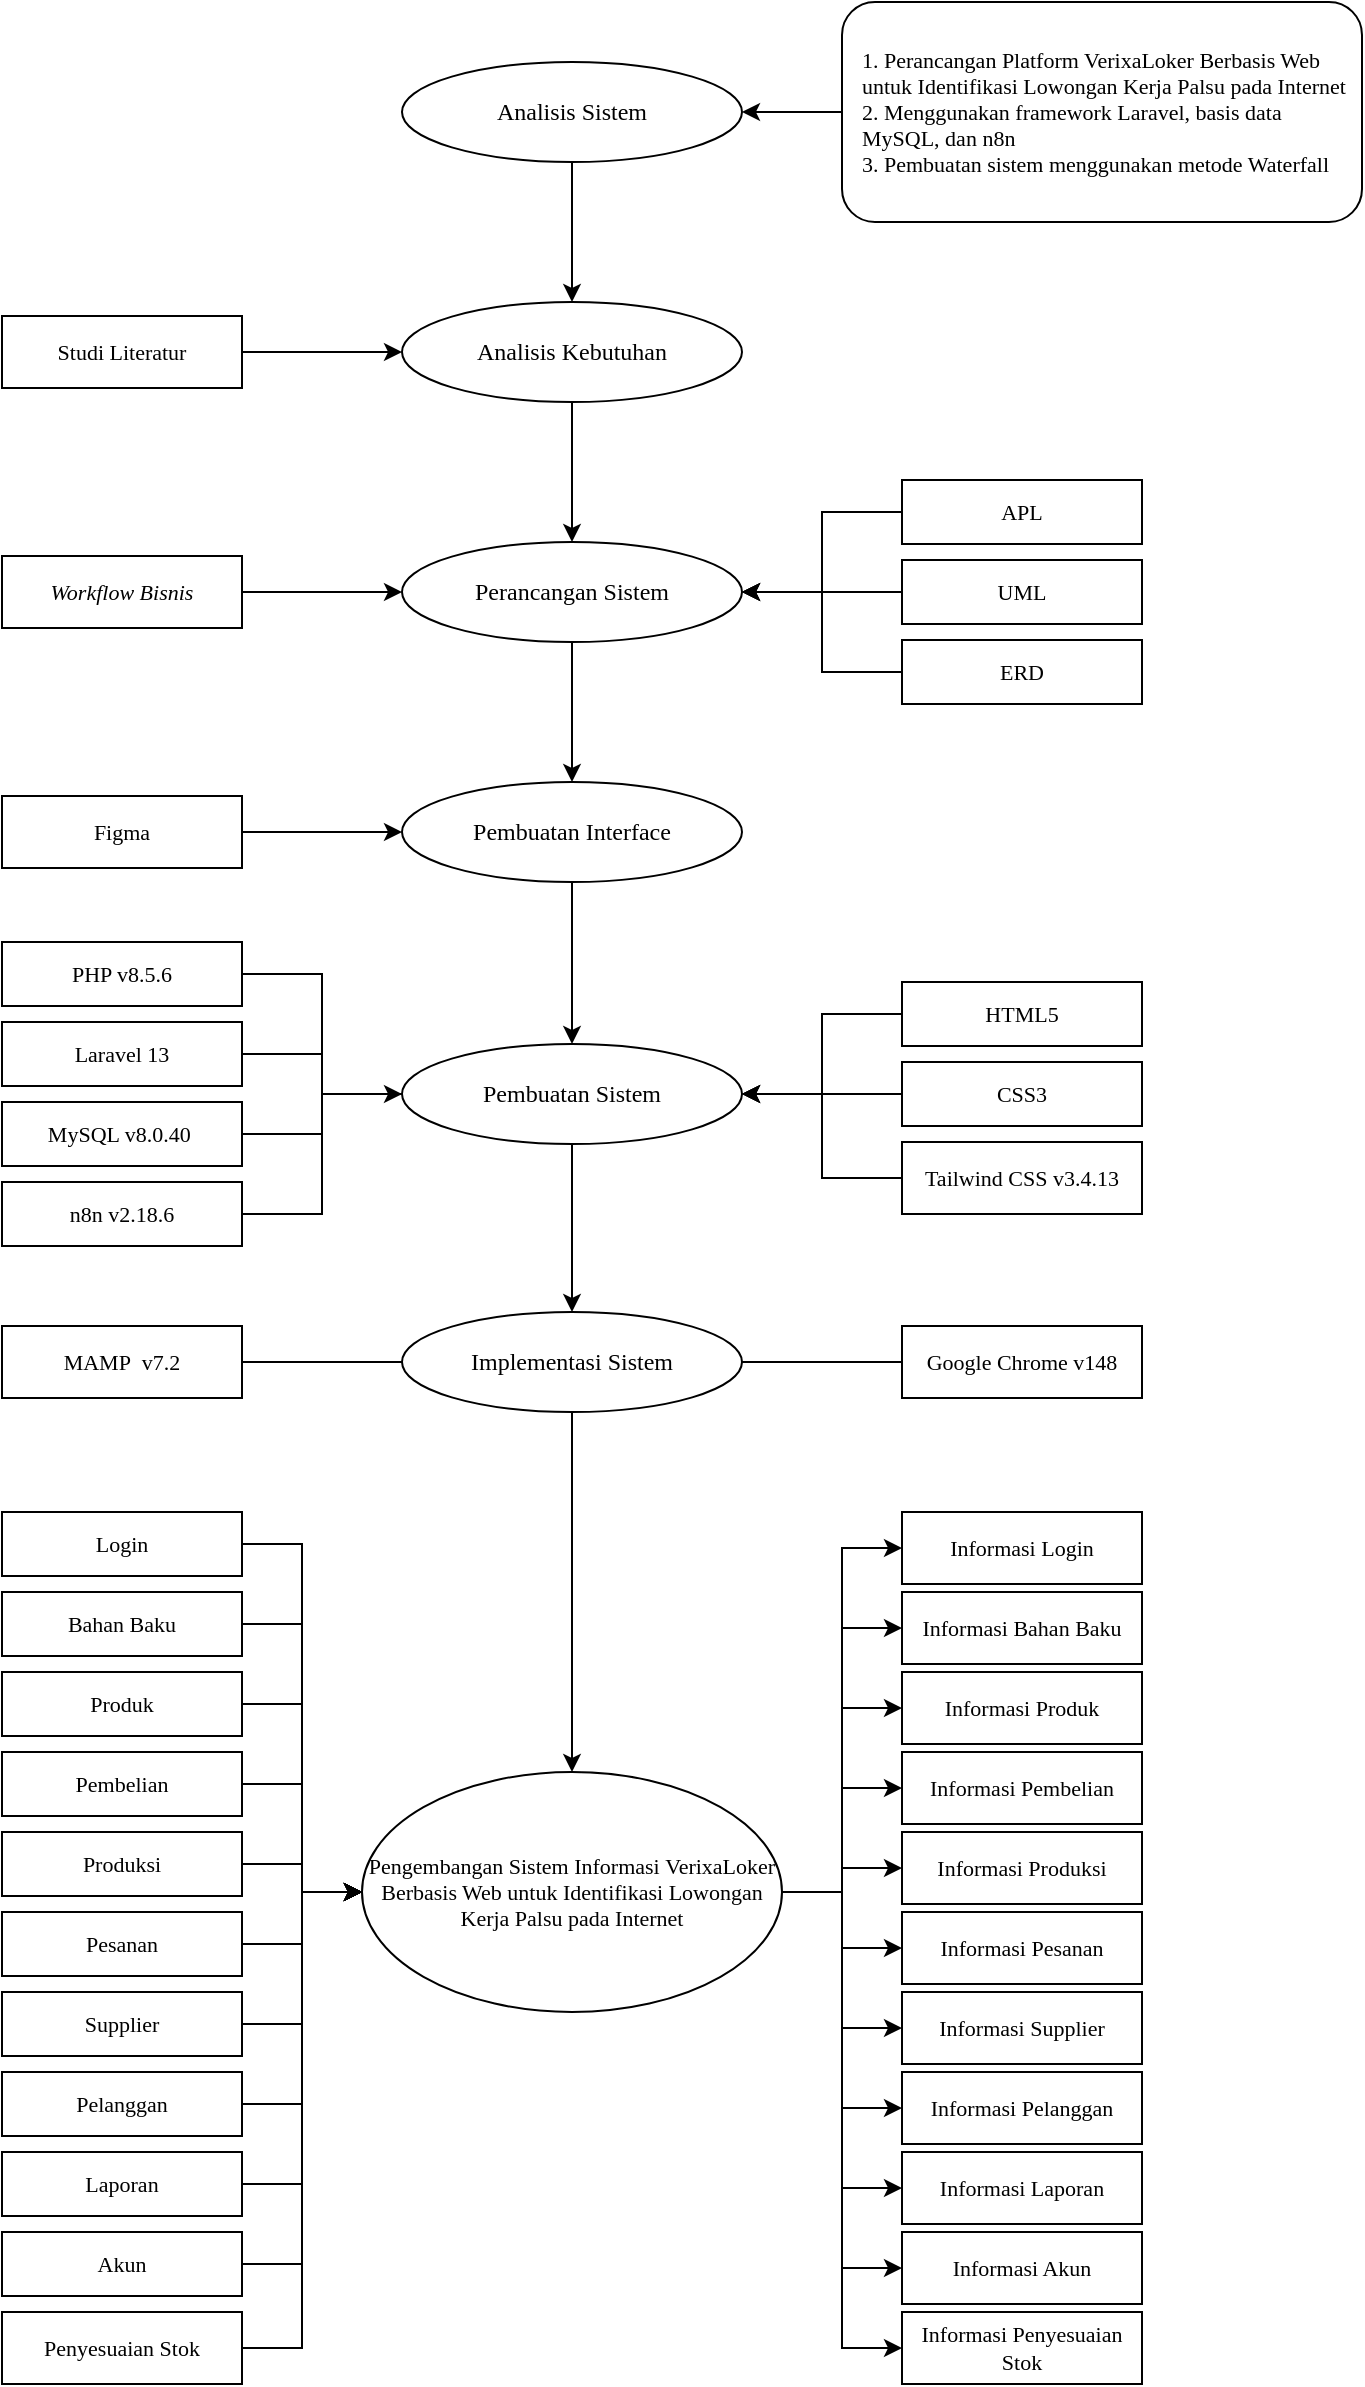
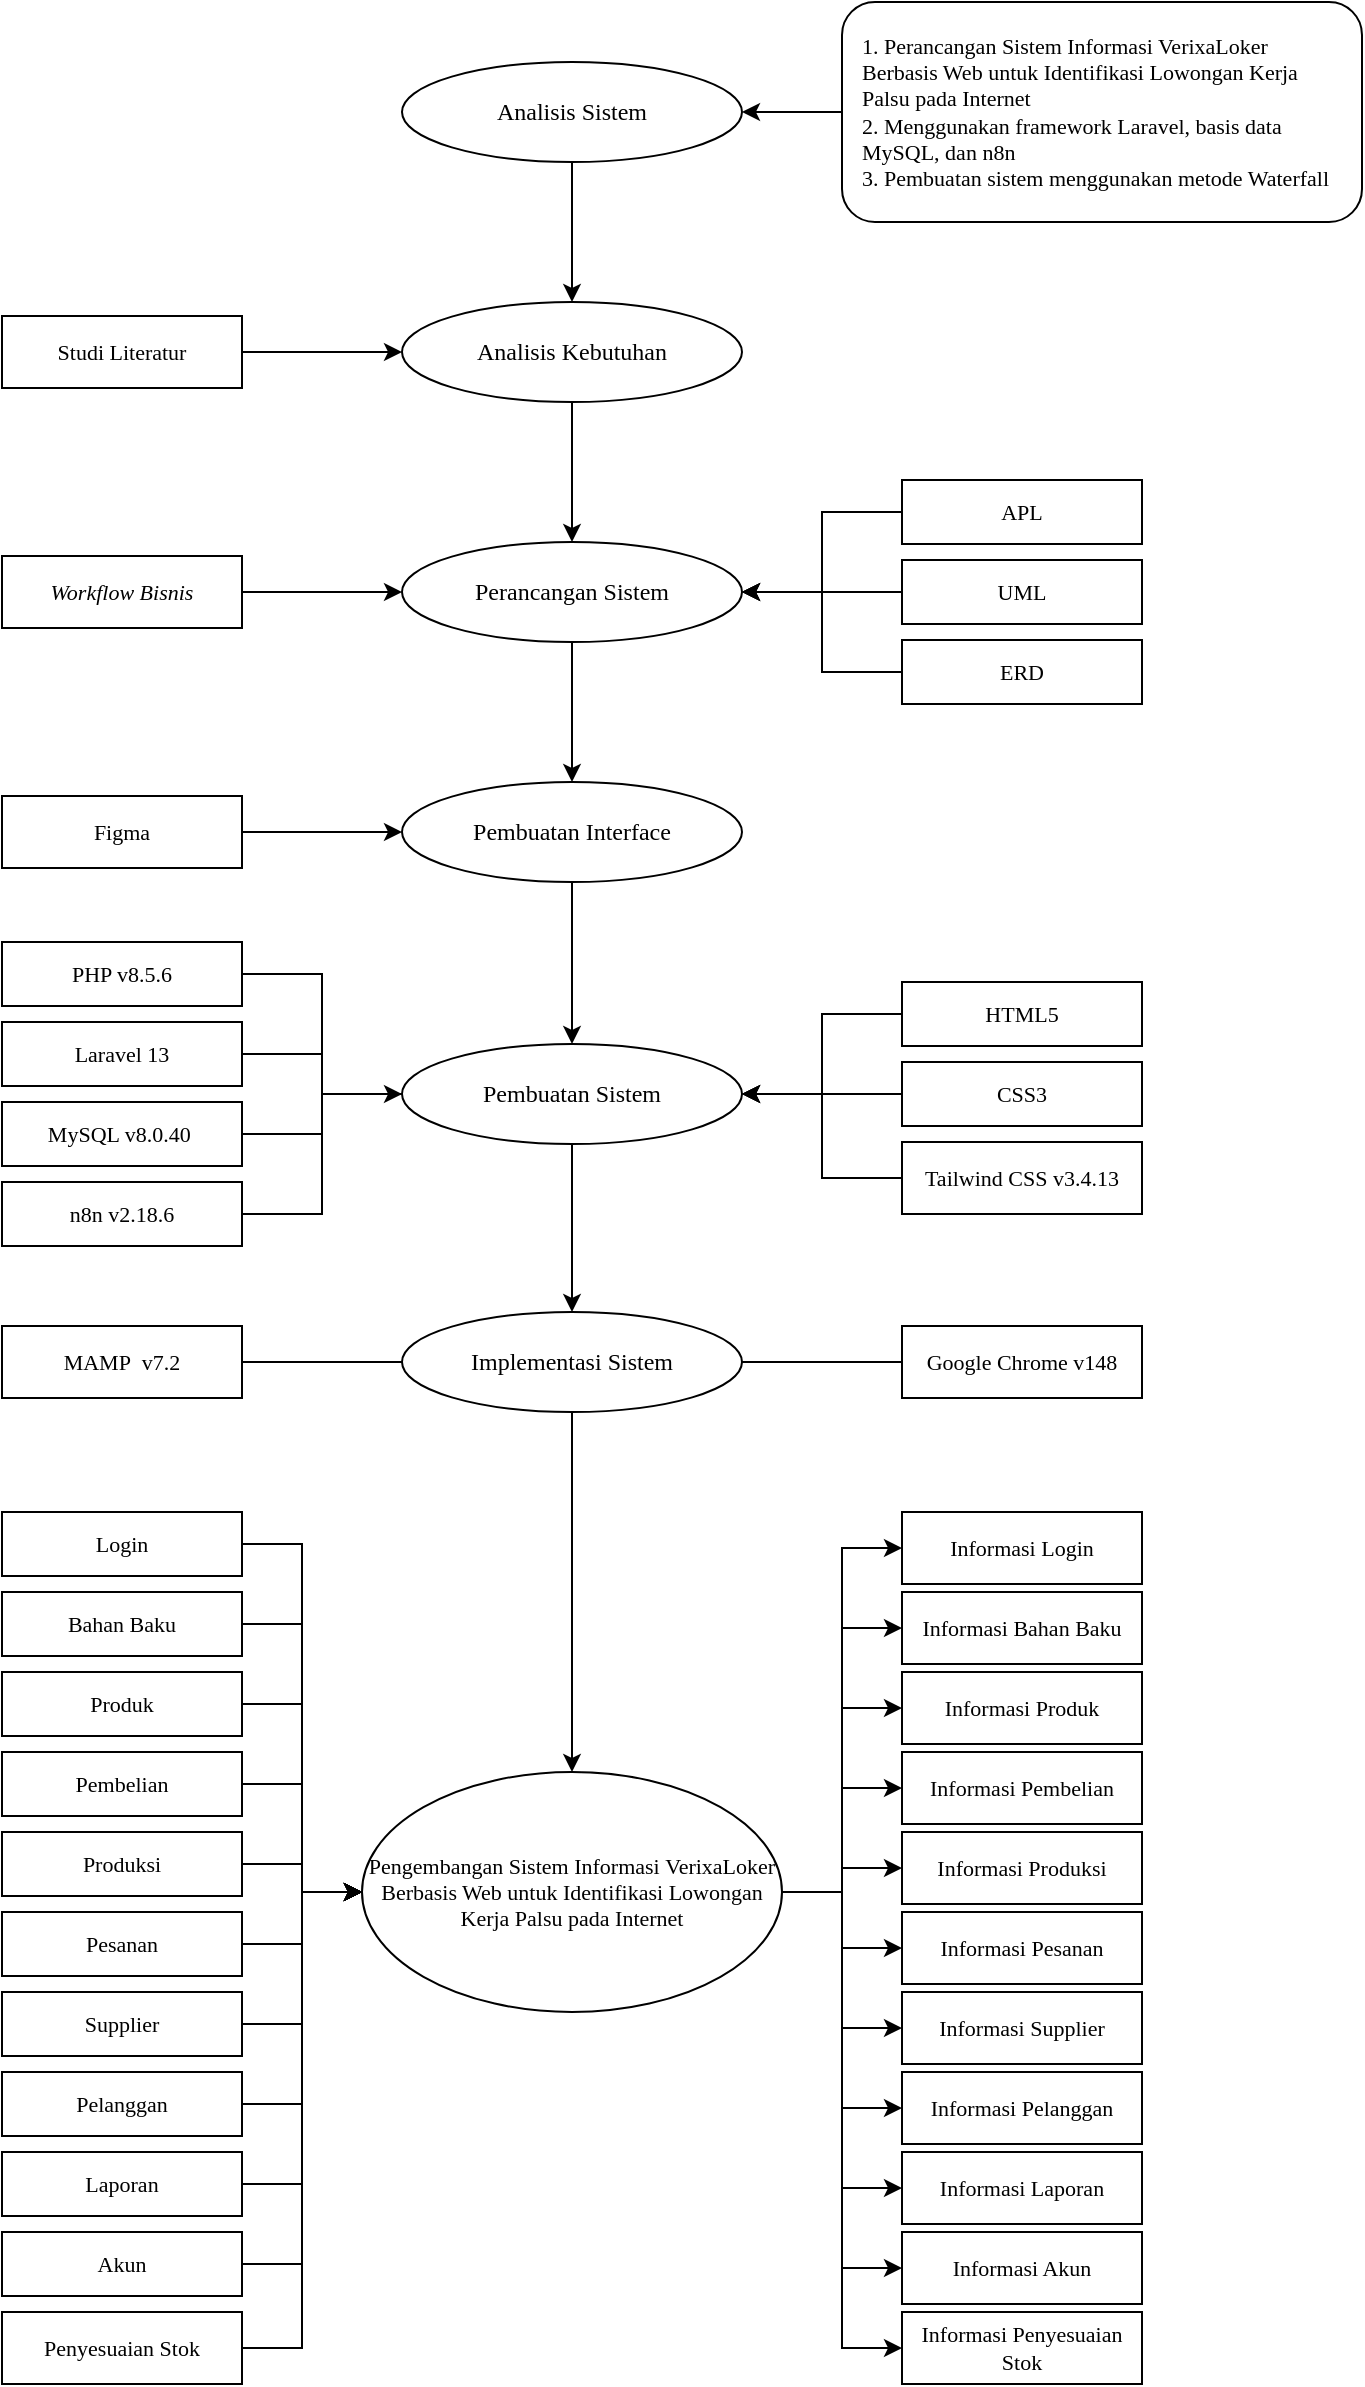
<mxfile host="app.diagrams.net">
  <diagram name="Page-1" id="yfmV3Sks-nrF4BvnnPUG">
    <mxGraphModel dx="876" dy="478" grid="1" gridSize="10" guides="1" tooltips="1" connect="1" arrows="1" fold="1" page="1" pageScale="1" pageWidth="827" pageHeight="1169" math="0" shadow="0">
      <root>
        <mxCell id="0" />
        <mxCell id="1" parent="0" />
        <mxCell id="fTyH0j3n_jQUCsVNDcWE-1" parent="1" style="ellipse;whiteSpace=wrap;html=1;fillColor=#ffffff;strokeColor=#000000;fontFamily=Times New Roman;fontSize=12;" value="Analisis Sistem" vertex="1">
          <mxGeometry height="50" width="170" x="580" y="110" as="geometry" />
        </mxCell>
        <mxCell id="fTyH0j3n_jQUCsVNDcWE-2" parent="1" style="ellipse;whiteSpace=wrap;html=1;fillColor=#ffffff;strokeColor=#000000;fontFamily=Times New Roman;fontSize=12;" value="Analisis Kebutuhan" vertex="1">
          <mxGeometry height="50" width="170" x="580" y="230" as="geometry" />
        </mxCell>
        <mxCell id="fTyH0j3n_jQUCsVNDcWE-3" parent="1" style="ellipse;whiteSpace=wrap;html=1;fillColor=#ffffff;strokeColor=#000000;fontFamily=Times New Roman;fontSize=12;" value="Perancangan Sistem" vertex="1">
          <mxGeometry height="50" width="170" x="580" y="350" as="geometry" />
        </mxCell>
        <mxCell id="fTyH0j3n_jQUCsVNDcWE-4" parent="1" style="ellipse;whiteSpace=wrap;html=1;fillColor=#ffffff;strokeColor=#000000;fontFamily=Times New Roman;fontSize=12;" value="Pembuatan Interface" vertex="1">
          <mxGeometry height="50" width="170" x="580" y="470" as="geometry" />
        </mxCell>
        <mxCell id="fTyH0j3n_jQUCsVNDcWE-5" parent="1" style="ellipse;whiteSpace=wrap;html=1;fillColor=#ffffff;strokeColor=#000000;fontFamily=Times New Roman;fontSize=12;" value="Pembuatan Sistem" vertex="1">
          <mxGeometry height="50" width="170" x="580" y="601" as="geometry" />
        </mxCell>
        <mxCell id="fTyH0j3n_jQUCsVNDcWE-6" parent="1" style="ellipse;whiteSpace=wrap;html=1;fillColor=#ffffff;strokeColor=#000000;fontFamily=Times New Roman;fontSize=12;" value="Implementasi Sistem" vertex="1">
          <mxGeometry height="50" width="170" x="580" y="735" as="geometry" />
        </mxCell>
        <mxCell id="fTyH0j3n_jQUCsVNDcWE-7" parent="1" style="ellipse;whiteSpace=wrap;html=1;fillColor=#ffffff;strokeColor=#000000;fontFamily=Times New Roman;fontSize=11;" value="Pengembangan Sistem Informasi&amp;nbsp;VerixaLoker Berbasis Web untuk Identifikasi Lowongan Kerja Palsu pada Internet" vertex="1">
          <mxGeometry height="120" width="210" x="560" y="965" as="geometry" />
        </mxCell>
        <mxCell id="fTyH0j3n_jQUCsVNDcWE-8" edge="1" parent="1" source="fTyH0j3n_jQUCsVNDcWE-1" style="endArrow=classic;html=1;rounded=0;exitX=0.5;exitY=1;entryX=0.5;entryY=0;" target="fTyH0j3n_jQUCsVNDcWE-2">
          <mxGeometry relative="1" as="geometry" />
        </mxCell>
        <mxCell id="fTyH0j3n_jQUCsVNDcWE-9" edge="1" parent="1" source="fTyH0j3n_jQUCsVNDcWE-2" style="endArrow=classic;html=1;rounded=0;exitX=0.5;exitY=1;entryX=0.5;entryY=0;" target="fTyH0j3n_jQUCsVNDcWE-3">
          <mxGeometry relative="1" as="geometry" />
        </mxCell>
        <mxCell id="fTyH0j3n_jQUCsVNDcWE-10" edge="1" parent="1" source="fTyH0j3n_jQUCsVNDcWE-3" style="endArrow=classic;html=1;rounded=0;exitX=0.5;exitY=1;entryX=0.5;entryY=0;" target="fTyH0j3n_jQUCsVNDcWE-4">
          <mxGeometry relative="1" as="geometry" />
        </mxCell>
        <mxCell id="fTyH0j3n_jQUCsVNDcWE-11" edge="1" parent="1" source="fTyH0j3n_jQUCsVNDcWE-4" style="endArrow=classic;html=1;rounded=0;exitX=0.5;exitY=1;entryX=0.5;entryY=0;" target="fTyH0j3n_jQUCsVNDcWE-5">
          <mxGeometry relative="1" as="geometry" />
        </mxCell>
        <mxCell id="fTyH0j3n_jQUCsVNDcWE-12" edge="1" parent="1" source="fTyH0j3n_jQUCsVNDcWE-5" style="endArrow=classic;html=1;rounded=0;exitX=0.5;exitY=1;entryX=0.5;entryY=0;" target="fTyH0j3n_jQUCsVNDcWE-6">
          <mxGeometry relative="1" as="geometry" />
        </mxCell>
        <mxCell id="fTyH0j3n_jQUCsVNDcWE-13" edge="1" parent="1" source="fTyH0j3n_jQUCsVNDcWE-6" style="endArrow=classic;html=1;rounded=0;exitX=0.5;exitY=1;entryX=0.5;entryY=0;" target="fTyH0j3n_jQUCsVNDcWE-7">
          <mxGeometry relative="1" as="geometry" />
        </mxCell>
-         <mxCell id="fTyH0j3n_jQUCsVNDcWE-14" parent="1" style="rounded=1;whiteSpace=wrap;html=1;fillColor=#ffffff;strokeColor=#000000;fontFamily=Times New Roman;fontSize=11;align=left;verticalAlign=middle;spacingLeft=8;spacingRight=8;" value="1. Perancangan Platform VerixaLoker Berbasis Web untuk Identifikasi Lowongan Kerja Palsu pada Internet&lt;br&gt;2. Menggunakan framework Laravel, basis data MySQL, dan n8n&lt;br&gt;3. Pembuatan sistem menggunakan metode Waterfall" vertex="1">
+         <mxCell id="fTyH0j3n_jQUCsVNDcWE-14" parent="1" style="rounded=1;whiteSpace=wrap;html=1;fillColor=#ffffff;strokeColor=#000000;fontFamily=Times New Roman;fontSize=11;align=left;verticalAlign=middle;spacingLeft=8;spacingRight=8;" value="1. Perancangan Sistem Informasi VerixaLoker Berbasis Web untuk Identifikasi Lowongan Kerja Palsu pada Internet&lt;br&gt;2. Menggunakan framework Laravel, basis data MySQL, dan n8n&lt;br&gt;3. Pembuatan sistem menggunakan metode Waterfall" vertex="1">
          <mxGeometry height="110" width="260" x="800" y="80" as="geometry" />
        </mxCell>
        <mxCell id="fTyH0j3n_jQUCsVNDcWE-15" edge="1" parent="1" source="fTyH0j3n_jQUCsVNDcWE-1" style="endArrow=none;html=1;rounded=0;exitX=1;exitY=0.5;entryX=0;entryY=0.5;startArrow=classic;startFill=1;" target="fTyH0j3n_jQUCsVNDcWE-14">
          <mxGeometry relative="1" as="geometry" />
        </mxCell>
        <mxCell id="fTyH0j3n_jQUCsVNDcWE-16" parent="1" style="rounded=0;whiteSpace=wrap;html=1;fillColor=#ffffff;strokeColor=#000000;fontFamily=Times New Roman;fontSize=11;" value="Studi Literatur" vertex="1">
          <mxGeometry height="36" width="120" x="380" y="237" as="geometry" />
        </mxCell>
        <mxCell id="fTyH0j3n_jQUCsVNDcWE-19" edge="1" parent="1" source="fTyH0j3n_jQUCsVNDcWE-16" style="endArrow=classic;html=1;exitX=1;exitY=0.5;entryX=0;entryY=0.5;endFill=1;" target="fTyH0j3n_jQUCsVNDcWE-2">
          <mxGeometry relative="1" as="geometry" />
        </mxCell>
        <mxCell id="fTyH0j3n_jQUCsVNDcWE-22" parent="1" style="rounded=0;whiteSpace=wrap;html=1;fillColor=#ffffff;strokeColor=#000000;fontFamily=Times New Roman;fontSize=11;fontStyle=2" value="Workflow Bisnis" vertex="1">
          <mxGeometry height="36" width="120" x="380" y="357" as="geometry" />
        </mxCell>
        <mxCell id="fTyH0j3n_jQUCsVNDcWE-23" parent="1" style="rounded=0;whiteSpace=wrap;html=1;fillColor=#ffffff;strokeColor=#000000;fontFamily=Times New Roman;fontSize=11;" value="APL" vertex="1">
          <mxGeometry height="32" width="120" x="830" y="319" as="geometry" />
        </mxCell>
        <mxCell id="fTyH0j3n_jQUCsVNDcWE-24" parent="1" style="rounded=0;whiteSpace=wrap;html=1;fillColor=#ffffff;strokeColor=#000000;fontFamily=Times New Roman;fontSize=11;" value="UML" vertex="1">
          <mxGeometry height="32" width="120" x="830" y="359" as="geometry" />
        </mxCell>
        <mxCell id="fTyH0j3n_jQUCsVNDcWE-25" parent="1" style="rounded=0;whiteSpace=wrap;html=1;fillColor=#ffffff;strokeColor=#000000;fontFamily=Times New Roman;fontSize=11;" value="ERD" vertex="1">
          <mxGeometry height="32" width="120" x="830" y="399" as="geometry" />
        </mxCell>
        <mxCell id="fTyH0j3n_jQUCsVNDcWE-26" edge="1" parent="1" source="fTyH0j3n_jQUCsVNDcWE-22" style="endArrow=classic;html=1;exitX=1;exitY=0.5;entryX=0;entryY=0.5;endFill=1;" target="fTyH0j3n_jQUCsVNDcWE-3">
          <mxGeometry relative="1" as="geometry" />
        </mxCell>
        <mxCell id="fTyH0j3n_jQUCsVNDcWE-27" edge="1" parent="1" source="fTyH0j3n_jQUCsVNDcWE-3" style="endArrow=none;html=1;exitX=1;exitY=0.5;entryX=0;entryY=0.5;startArrow=classic;startFill=1;edgeStyle=orthogonalEdgeStyle;rounded=0;curved=0;" target="fTyH0j3n_jQUCsVNDcWE-23">
          <mxGeometry relative="1" as="geometry" />
        </mxCell>
        <mxCell id="fTyH0j3n_jQUCsVNDcWE-28" edge="1" parent="1" source="fTyH0j3n_jQUCsVNDcWE-3" style="endArrow=none;html=1;exitX=1;exitY=0.5;entryX=0;entryY=0.5;startArrow=classic;startFill=1;edgeStyle=orthogonalEdgeStyle;rounded=0;curved=0;" target="fTyH0j3n_jQUCsVNDcWE-24">
          <mxGeometry relative="1" as="geometry" />
        </mxCell>
        <mxCell id="fTyH0j3n_jQUCsVNDcWE-29" edge="1" parent="1" source="fTyH0j3n_jQUCsVNDcWE-3" style="endArrow=none;html=1;exitX=1;exitY=0.5;entryX=0;entryY=0.5;startArrow=classic;startFill=1;edgeStyle=orthogonalEdgeStyle;rounded=0;curved=0;" target="fTyH0j3n_jQUCsVNDcWE-25">
          <mxGeometry relative="1" as="geometry" />
        </mxCell>
        <mxCell id="fTyH0j3n_jQUCsVNDcWE-30" parent="1" style="rounded=0;whiteSpace=wrap;html=1;fillColor=#ffffff;strokeColor=#000000;fontFamily=Times New Roman;fontSize=11;" value="Figma" vertex="1">
          <mxGeometry height="36" width="120" x="380" y="477" as="geometry" />
        </mxCell>
        <mxCell id="fTyH0j3n_jQUCsVNDcWE-31" edge="1" parent="1" source="fTyH0j3n_jQUCsVNDcWE-30" style="endArrow=classic;html=1;exitX=1;exitY=0.5;entryX=0;entryY=0.5;endFill=1;" target="fTyH0j3n_jQUCsVNDcWE-4">
          <mxGeometry relative="1" as="geometry" />
        </mxCell>
        <mxCell id="fTyH0j3n_jQUCsVNDcWE-32" parent="1" style="rounded=0;whiteSpace=wrap;html=1;fillColor=#ffffff;strokeColor=#000000;fontFamily=Times New Roman;fontSize=11;" value="PHP v8.5.6" vertex="1">
          <mxGeometry height="32" width="120" x="380" y="550" as="geometry" />
        </mxCell>
        <mxCell id="fTyH0j3n_jQUCsVNDcWE-33" parent="1" style="rounded=0;whiteSpace=wrap;html=1;fillColor=#ffffff;strokeColor=#000000;fontFamily=Times New Roman;fontSize=11;" value="Laravel 13" vertex="1">
          <mxGeometry height="32" width="120" x="380" y="590" as="geometry" />
        </mxCell>
        <mxCell id="fTyH0j3n_jQUCsVNDcWE-34" parent="1" style="rounded=0;whiteSpace=wrap;html=1;fillColor=#ffffff;strokeColor=#000000;fontFamily=Times New Roman;fontSize=11;" value="MySQL v8.0.40&amp;nbsp;" vertex="1">
          <mxGeometry height="32" width="120" x="380" y="630" as="geometry" />
        </mxCell>
        <mxCell id="fTyH0j3n_jQUCsVNDcWE-35" parent="1" style="rounded=0;whiteSpace=wrap;html=1;fillColor=#ffffff;strokeColor=#000000;fontFamily=Times New Roman;fontSize=11;" value="HTML5" vertex="1">
          <mxGeometry height="32" width="120" x="830" y="570" as="geometry" />
        </mxCell>
        <mxCell id="fTyH0j3n_jQUCsVNDcWE-36" parent="1" style="rounded=0;whiteSpace=wrap;html=1;fillColor=#ffffff;strokeColor=#000000;fontFamily=Times New Roman;fontSize=11;" value="CSS3" vertex="1">
          <mxGeometry height="32" width="120" x="830" y="610" as="geometry" />
        </mxCell>
        <mxCell id="fTyH0j3n_jQUCsVNDcWE-37" parent="1" style="rounded=0;whiteSpace=wrap;html=1;fillColor=#ffffff;strokeColor=#000000;fontFamily=Times New Roman;fontSize=11;" value="Tailwind CSS v3.4.13" vertex="1">
          <mxGeometry height="36" width="120" x="830" y="650" as="geometry" />
        </mxCell>
        <mxCell id="fTyH0j3n_jQUCsVNDcWE-38" edge="1" parent="1" source="fTyH0j3n_jQUCsVNDcWE-32" style="endArrow=none;html=1;exitX=1;exitY=0.5;entryX=0;entryY=0.5;edgeStyle=orthogonalEdgeStyle;rounded=0;curved=0;" target="fTyH0j3n_jQUCsVNDcWE-5">
          <mxGeometry relative="1" as="geometry" />
        </mxCell>
        <mxCell id="fTyH0j3n_jQUCsVNDcWE-39" edge="1" parent="1" source="fTyH0j3n_jQUCsVNDcWE-33" style="endArrow=none;html=1;exitX=1;exitY=0.5;entryX=0;entryY=0.5;edgeStyle=orthogonalEdgeStyle;rounded=0;curved=0;" target="fTyH0j3n_jQUCsVNDcWE-5">
          <mxGeometry relative="1" as="geometry" />
        </mxCell>
        <mxCell id="fTyH0j3n_jQUCsVNDcWE-40" edge="1" parent="1" source="fTyH0j3n_jQUCsVNDcWE-34" style="endArrow=none;html=1;exitX=1;exitY=0.5;entryX=0;entryY=0.5;edgeStyle=orthogonalEdgeStyle;rounded=0;curved=0;" target="fTyH0j3n_jQUCsVNDcWE-5">
          <mxGeometry relative="1" as="geometry" />
        </mxCell>
        <mxCell id="fTyH0j3n_jQUCsVNDcWE-41" edge="1" parent="1" source="fTyH0j3n_jQUCsVNDcWE-5" style="endArrow=none;html=1;exitX=1;exitY=0.5;entryX=0;entryY=0.5;edgeStyle=orthogonalEdgeStyle;rounded=0;curved=0;startArrow=classic;startFill=1;" target="fTyH0j3n_jQUCsVNDcWE-35">
          <mxGeometry relative="1" as="geometry" />
        </mxCell>
        <mxCell id="fTyH0j3n_jQUCsVNDcWE-42" edge="1" parent="1" source="fTyH0j3n_jQUCsVNDcWE-5" style="endArrow=none;html=1;exitX=1;exitY=0.5;entryX=0;entryY=0.5;edgeStyle=orthogonalEdgeStyle;rounded=0;curved=0;startArrow=classic;startFill=1;" target="fTyH0j3n_jQUCsVNDcWE-36">
          <mxGeometry relative="1" as="geometry" />
        </mxCell>
        <mxCell id="fTyH0j3n_jQUCsVNDcWE-43" edge="1" parent="1" source="fTyH0j3n_jQUCsVNDcWE-5" style="endArrow=none;html=1;exitX=1;exitY=0.5;entryX=0;entryY=0.5;edgeStyle=orthogonalEdgeStyle;rounded=0;curved=0;startArrow=classic;startFill=1;" target="fTyH0j3n_jQUCsVNDcWE-37">
          <mxGeometry relative="1" as="geometry" />
        </mxCell>
        <mxCell id="fTyH0j3n_jQUCsVNDcWE-44" parent="1" style="rounded=0;whiteSpace=wrap;html=1;fillColor=#ffffff;strokeColor=#000000;fontFamily=Times New Roman;fontSize=11;" value="MAMP&amp;nbsp; v7.2" vertex="1">
          <mxGeometry height="36" width="120" x="380" y="742" as="geometry" />
        </mxCell>
        <mxCell id="fTyH0j3n_jQUCsVNDcWE-45" parent="1" style="rounded=0;whiteSpace=wrap;html=1;fillColor=#ffffff;strokeColor=#000000;fontFamily=Times New Roman;fontSize=11;" value="Google Chrome v148" vertex="1">
          <mxGeometry height="36" width="120" x="830" y="742" as="geometry" />
        </mxCell>
        <mxCell id="fTyH0j3n_jQUCsVNDcWE-46" edge="1" parent="1" source="fTyH0j3n_jQUCsVNDcWE-44" style="endArrow=none;html=1;exitX=1;exitY=0.5;entryX=0;entryY=0.5;" target="fTyH0j3n_jQUCsVNDcWE-6">
          <mxGeometry relative="1" as="geometry" />
        </mxCell>
        <mxCell id="fTyH0j3n_jQUCsVNDcWE-47" edge="1" parent="1" source="fTyH0j3n_jQUCsVNDcWE-6" style="endArrow=none;html=1;exitX=1;exitY=0.5;entryX=0;entryY=0.5;" target="fTyH0j3n_jQUCsVNDcWE-45">
          <mxGeometry relative="1" as="geometry" />
        </mxCell>
        <mxCell id="fTyH0j3n_jQUCsVNDcWE-48" parent="1" style="rounded=0;whiteSpace=wrap;html=1;fillColor=#ffffff;strokeColor=#000000;fontFamily=Times New Roman;fontSize=11;" value="Login" vertex="1">
          <mxGeometry height="32" width="120" x="380" y="835" as="geometry" />
        </mxCell>
        <mxCell id="fTyH0j3n_jQUCsVNDcWE-49" parent="1" style="rounded=0;whiteSpace=wrap;html=1;fillColor=#ffffff;strokeColor=#000000;fontFamily=Times New Roman;fontSize=11;" value="Bahan Baku" vertex="1">
          <mxGeometry height="32" width="120" x="380" y="875" as="geometry" />
        </mxCell>
        <mxCell id="fTyH0j3n_jQUCsVNDcWE-50" parent="1" style="rounded=0;whiteSpace=wrap;html=1;fillColor=#ffffff;strokeColor=#000000;fontFamily=Times New Roman;fontSize=11;" value="Produk" vertex="1">
          <mxGeometry height="32" width="120" x="380" y="915" as="geometry" />
        </mxCell>
        <mxCell id="fTyH0j3n_jQUCsVNDcWE-51" parent="1" style="rounded=0;whiteSpace=wrap;html=1;fillColor=#ffffff;strokeColor=#000000;fontFamily=Times New Roman;fontSize=11;" value="Pembelian" vertex="1">
          <mxGeometry height="32" width="120" x="380" y="955" as="geometry" />
        </mxCell>
        <mxCell id="fTyH0j3n_jQUCsVNDcWE-52" parent="1" style="rounded=0;whiteSpace=wrap;html=1;fillColor=#ffffff;strokeColor=#000000;fontFamily=Times New Roman;fontSize=11;" value="Produksi" vertex="1">
          <mxGeometry height="32" width="120" x="380" y="995" as="geometry" />
        </mxCell>
        <mxCell id="fTyH0j3n_jQUCsVNDcWE-53" parent="1" style="rounded=0;whiteSpace=wrap;html=1;fillColor=#ffffff;strokeColor=#000000;fontFamily=Times New Roman;fontSize=11;" value="Pesanan" vertex="1">
          <mxGeometry height="32" width="120" x="380" y="1035" as="geometry" />
        </mxCell>
        <mxCell id="fTyH0j3n_jQUCsVNDcWE-54" parent="1" style="rounded=0;whiteSpace=wrap;html=1;fillColor=#ffffff;strokeColor=#000000;fontFamily=Times New Roman;fontSize=11;" value="Supplier" vertex="1">
          <mxGeometry height="32" width="120" x="380" y="1075" as="geometry" />
        </mxCell>
        <mxCell id="fTyH0j3n_jQUCsVNDcWE-55" parent="1" style="rounded=0;whiteSpace=wrap;html=1;fillColor=#ffffff;strokeColor=#000000;fontFamily=Times New Roman;fontSize=11;" value="Pelanggan" vertex="1">
          <mxGeometry height="32" width="120" x="380" y="1115" as="geometry" />
        </mxCell>
        <mxCell id="fTyH0j3n_jQUCsVNDcWE-56" parent="1" style="rounded=0;whiteSpace=wrap;html=1;fillColor=#ffffff;strokeColor=#000000;fontFamily=Times New Roman;fontSize=11;" value="Laporan" vertex="1">
          <mxGeometry height="32" width="120" x="380" y="1155" as="geometry" />
        </mxCell>
        <mxCell id="fTyH0j3n_jQUCsVNDcWE-57" parent="1" style="rounded=0;whiteSpace=wrap;html=1;fillColor=#ffffff;strokeColor=#000000;fontFamily=Times New Roman;fontSize=11;" value="Akun" vertex="1">
          <mxGeometry height="32" width="120" x="380" y="1195" as="geometry" />
        </mxCell>
        <mxCell id="fTyH0j3n_jQUCsVNDcWE-58" parent="1" style="rounded=0;whiteSpace=wrap;html=1;fillColor=#ffffff;strokeColor=#000000;fontFamily=Times New Roman;fontSize=11;" value="Penyesuaian Stok" vertex="1">
          <mxGeometry height="36" width="120" x="380" y="1235" as="geometry" />
        </mxCell>
        <mxCell id="fTyH0j3n_jQUCsVNDcWE-59" edge="1" parent="1" source="fTyH0j3n_jQUCsVNDcWE-48" style="endArrow=classic;html=1;exitX=1;exitY=0.5;entryX=0;entryY=0.5;edgeStyle=orthogonalEdgeStyle;rounded=0;curved=0;endFill=1;" target="fTyH0j3n_jQUCsVNDcWE-7">
          <mxGeometry relative="1" as="geometry" />
        </mxCell>
        <mxCell id="fTyH0j3n_jQUCsVNDcWE-60" edge="1" parent="1" source="fTyH0j3n_jQUCsVNDcWE-49" style="endArrow=classic;html=1;exitX=1;exitY=0.5;entryX=0;entryY=0.5;edgeStyle=orthogonalEdgeStyle;rounded=0;curved=0;endFill=1;" target="fTyH0j3n_jQUCsVNDcWE-7">
          <mxGeometry relative="1" as="geometry" />
        </mxCell>
        <mxCell id="fTyH0j3n_jQUCsVNDcWE-61" edge="1" parent="1" source="fTyH0j3n_jQUCsVNDcWE-50" style="endArrow=classic;html=1;exitX=1;exitY=0.5;entryX=0;entryY=0.5;edgeStyle=orthogonalEdgeStyle;rounded=0;curved=0;endFill=1;" target="fTyH0j3n_jQUCsVNDcWE-7">
          <mxGeometry relative="1" as="geometry" />
        </mxCell>
        <mxCell id="fTyH0j3n_jQUCsVNDcWE-62" edge="1" parent="1" source="fTyH0j3n_jQUCsVNDcWE-51" style="endArrow=none;html=1;exitX=1;exitY=0.5;entryX=0;entryY=0.5;edgeStyle=orthogonalEdgeStyle;rounded=0;curved=0;" target="fTyH0j3n_jQUCsVNDcWE-7">
          <mxGeometry relative="1" as="geometry" />
        </mxCell>
        <mxCell id="fTyH0j3n_jQUCsVNDcWE-63" edge="1" parent="1" source="fTyH0j3n_jQUCsVNDcWE-52" style="endArrow=classic;html=1;exitX=1;exitY=0.5;entryX=0;entryY=0.5;edgeStyle=orthogonalEdgeStyle;rounded=0;curved=0;endFill=1;" target="fTyH0j3n_jQUCsVNDcWE-7">
          <mxGeometry relative="1" as="geometry" />
        </mxCell>
        <mxCell id="fTyH0j3n_jQUCsVNDcWE-64" edge="1" parent="1" source="fTyH0j3n_jQUCsVNDcWE-53" style="endArrow=classic;html=1;exitX=1;exitY=0.5;entryX=0;entryY=0.5;edgeStyle=orthogonalEdgeStyle;rounded=0;curved=0;endFill=1;" target="fTyH0j3n_jQUCsVNDcWE-7">
          <mxGeometry relative="1" as="geometry" />
        </mxCell>
        <mxCell id="fTyH0j3n_jQUCsVNDcWE-65" edge="1" parent="1" source="fTyH0j3n_jQUCsVNDcWE-54" style="endArrow=classic;html=1;exitX=1;exitY=0.5;entryX=0;entryY=0.5;edgeStyle=orthogonalEdgeStyle;rounded=0;curved=0;endFill=1;" target="fTyH0j3n_jQUCsVNDcWE-7">
          <mxGeometry relative="1" as="geometry" />
        </mxCell>
        <mxCell id="fTyH0j3n_jQUCsVNDcWE-66" edge="1" parent="1" source="fTyH0j3n_jQUCsVNDcWE-55" style="endArrow=classic;html=1;exitX=1;exitY=0.5;entryX=0;entryY=0.5;edgeStyle=orthogonalEdgeStyle;rounded=0;curved=0;endFill=1;" target="fTyH0j3n_jQUCsVNDcWE-7">
          <mxGeometry relative="1" as="geometry" />
        </mxCell>
        <mxCell id="fTyH0j3n_jQUCsVNDcWE-67" edge="1" parent="1" source="fTyH0j3n_jQUCsVNDcWE-56" style="endArrow=classic;html=1;exitX=1;exitY=0.5;entryX=0;entryY=0.5;edgeStyle=orthogonalEdgeStyle;rounded=0;curved=0;endFill=1;" target="fTyH0j3n_jQUCsVNDcWE-7">
          <mxGeometry relative="1" as="geometry" />
        </mxCell>
        <mxCell id="fTyH0j3n_jQUCsVNDcWE-68" edge="1" parent="1" source="fTyH0j3n_jQUCsVNDcWE-57" style="endArrow=classic;html=1;exitX=1;exitY=0.5;entryX=0;entryY=0.5;edgeStyle=orthogonalEdgeStyle;rounded=0;curved=0;endFill=1;" target="fTyH0j3n_jQUCsVNDcWE-7">
          <mxGeometry relative="1" as="geometry" />
        </mxCell>
        <mxCell id="fTyH0j3n_jQUCsVNDcWE-69" edge="1" parent="1" source="fTyH0j3n_jQUCsVNDcWE-58" style="endArrow=classic;html=1;exitX=1;exitY=0.5;entryX=0;entryY=0.5;edgeStyle=orthogonalEdgeStyle;rounded=0;curved=0;endFill=1;" target="fTyH0j3n_jQUCsVNDcWE-7">
          <mxGeometry relative="1" as="geometry" />
        </mxCell>
        <mxCell id="fTyH0j3n_jQUCsVNDcWE-70" parent="1" style="rounded=0;whiteSpace=wrap;html=1;fillColor=#ffffff;strokeColor=#000000;fontFamily=Times New Roman;fontSize=11;" value="Informasi Login" vertex="1">
          <mxGeometry height="36" width="120" x="830" y="835" as="geometry" />
        </mxCell>
        <mxCell id="fTyH0j3n_jQUCsVNDcWE-71" parent="1" style="rounded=0;whiteSpace=wrap;html=1;fillColor=#ffffff;strokeColor=#000000;fontFamily=Times New Roman;fontSize=11;" value="Informasi Bahan Baku" vertex="1">
          <mxGeometry height="36" width="120" x="830" y="875" as="geometry" />
        </mxCell>
        <mxCell id="fTyH0j3n_jQUCsVNDcWE-72" parent="1" style="rounded=0;whiteSpace=wrap;html=1;fillColor=#ffffff;strokeColor=#000000;fontFamily=Times New Roman;fontSize=11;" value="Informasi Produk" vertex="1">
          <mxGeometry height="36" width="120" x="830" y="915" as="geometry" />
        </mxCell>
        <mxCell id="fTyH0j3n_jQUCsVNDcWE-73" parent="1" style="rounded=0;whiteSpace=wrap;html=1;fillColor=#ffffff;strokeColor=#000000;fontFamily=Times New Roman;fontSize=11;" value="Informasi Pembelian" vertex="1">
          <mxGeometry height="36" width="120" x="830" y="955" as="geometry" />
        </mxCell>
        <mxCell id="fTyH0j3n_jQUCsVNDcWE-74" parent="1" style="rounded=0;whiteSpace=wrap;html=1;fillColor=#ffffff;strokeColor=#000000;fontFamily=Times New Roman;fontSize=11;" value="Informasi Produksi" vertex="1">
          <mxGeometry height="36" width="120" x="830" y="995" as="geometry" />
        </mxCell>
        <mxCell id="fTyH0j3n_jQUCsVNDcWE-75" parent="1" style="rounded=0;whiteSpace=wrap;html=1;fillColor=#ffffff;strokeColor=#000000;fontFamily=Times New Roman;fontSize=11;" value="Informasi Pesanan" vertex="1">
          <mxGeometry height="36" width="120" x="830" y="1035" as="geometry" />
        </mxCell>
        <mxCell id="fTyH0j3n_jQUCsVNDcWE-76" parent="1" style="rounded=0;whiteSpace=wrap;html=1;fillColor=#ffffff;strokeColor=#000000;fontFamily=Times New Roman;fontSize=11;" value="Informasi Supplier" vertex="1">
          <mxGeometry height="36" width="120" x="830" y="1075" as="geometry" />
        </mxCell>
        <mxCell id="fTyH0j3n_jQUCsVNDcWE-77" parent="1" style="rounded=0;whiteSpace=wrap;html=1;fillColor=#ffffff;strokeColor=#000000;fontFamily=Times New Roman;fontSize=11;" value="Informasi Pelanggan" vertex="1">
          <mxGeometry height="36" width="120" x="830" y="1115" as="geometry" />
        </mxCell>
        <mxCell id="fTyH0j3n_jQUCsVNDcWE-78" parent="1" style="rounded=0;whiteSpace=wrap;html=1;fillColor=#ffffff;strokeColor=#000000;fontFamily=Times New Roman;fontSize=11;" value="Informasi Laporan" vertex="1">
          <mxGeometry height="36" width="120" x="830" y="1155" as="geometry" />
        </mxCell>
        <mxCell id="fTyH0j3n_jQUCsVNDcWE-79" parent="1" style="rounded=0;whiteSpace=wrap;html=1;fillColor=#ffffff;strokeColor=#000000;fontFamily=Times New Roman;fontSize=11;" value="Informasi Akun" vertex="1">
          <mxGeometry height="36" width="120" x="830" y="1195" as="geometry" />
        </mxCell>
        <mxCell id="fTyH0j3n_jQUCsVNDcWE-80" parent="1" style="rounded=0;whiteSpace=wrap;html=1;fillColor=#ffffff;strokeColor=#000000;fontFamily=Times New Roman;fontSize=11;" value="Informasi Penyesuaian Stok" vertex="1">
          <mxGeometry height="36" width="120" x="830" y="1235" as="geometry" />
        </mxCell>
        <mxCell id="fTyH0j3n_jQUCsVNDcWE-81" edge="1" parent="1" source="fTyH0j3n_jQUCsVNDcWE-7" style="endArrow=classic;html=1;exitX=1;exitY=0.5;entryX=0;entryY=0.5;rounded=0;edgeStyle=orthogonalEdgeStyle;endFill=1;" target="fTyH0j3n_jQUCsVNDcWE-70">
          <mxGeometry relative="1" as="geometry" />
        </mxCell>
        <mxCell id="fTyH0j3n_jQUCsVNDcWE-82" edge="1" parent="1" source="fTyH0j3n_jQUCsVNDcWE-7" style="endArrow=classic;html=1;exitX=1;exitY=0.5;entryX=0;entryY=0.5;rounded=0;edgeStyle=orthogonalEdgeStyle;endFill=1;" target="fTyH0j3n_jQUCsVNDcWE-71">
          <mxGeometry relative="1" as="geometry" />
        </mxCell>
        <mxCell id="fTyH0j3n_jQUCsVNDcWE-83" edge="1" parent="1" source="fTyH0j3n_jQUCsVNDcWE-7" style="endArrow=classic;html=1;exitX=1;exitY=0.5;entryX=0;entryY=0.5;rounded=0;edgeStyle=orthogonalEdgeStyle;endFill=1;" target="fTyH0j3n_jQUCsVNDcWE-72">
          <mxGeometry relative="1" as="geometry" />
        </mxCell>
        <mxCell id="fTyH0j3n_jQUCsVNDcWE-84" edge="1" parent="1" source="fTyH0j3n_jQUCsVNDcWE-7" style="endArrow=classic;html=1;exitX=1;exitY=0.5;entryX=0;entryY=0.5;rounded=0;edgeStyle=orthogonalEdgeStyle;endFill=1;" target="fTyH0j3n_jQUCsVNDcWE-73">
          <mxGeometry relative="1" as="geometry" />
        </mxCell>
        <mxCell id="fTyH0j3n_jQUCsVNDcWE-85" edge="1" parent="1" source="fTyH0j3n_jQUCsVNDcWE-7" style="endArrow=classic;html=1;exitX=1;exitY=0.5;entryX=0;entryY=0.5;rounded=0;edgeStyle=orthogonalEdgeStyle;endFill=1;" target="fTyH0j3n_jQUCsVNDcWE-74">
          <mxGeometry relative="1" as="geometry" />
        </mxCell>
        <mxCell id="fTyH0j3n_jQUCsVNDcWE-86" edge="1" parent="1" source="fTyH0j3n_jQUCsVNDcWE-7" style="endArrow=classic;html=1;exitX=1;exitY=0.5;entryX=0;entryY=0.5;rounded=0;edgeStyle=orthogonalEdgeStyle;endFill=1;" target="fTyH0j3n_jQUCsVNDcWE-75">
          <mxGeometry relative="1" as="geometry" />
        </mxCell>
        <mxCell id="fTyH0j3n_jQUCsVNDcWE-87" edge="1" parent="1" source="fTyH0j3n_jQUCsVNDcWE-7" style="endArrow=classic;html=1;exitX=1;exitY=0.5;entryX=0;entryY=0.5;rounded=0;edgeStyle=orthogonalEdgeStyle;endFill=1;" target="fTyH0j3n_jQUCsVNDcWE-76">
          <mxGeometry relative="1" as="geometry" />
        </mxCell>
        <mxCell id="fTyH0j3n_jQUCsVNDcWE-88" edge="1" parent="1" source="fTyH0j3n_jQUCsVNDcWE-7" style="endArrow=classic;html=1;exitX=1;exitY=0.5;entryX=0;entryY=0.5;rounded=0;edgeStyle=orthogonalEdgeStyle;endFill=1;" target="fTyH0j3n_jQUCsVNDcWE-77">
          <mxGeometry relative="1" as="geometry" />
        </mxCell>
        <mxCell id="fTyH0j3n_jQUCsVNDcWE-89" edge="1" parent="1" source="fTyH0j3n_jQUCsVNDcWE-7" style="endArrow=classic;html=1;exitX=1;exitY=0.5;entryX=0;entryY=0.5;rounded=0;edgeStyle=orthogonalEdgeStyle;endFill=1;" target="fTyH0j3n_jQUCsVNDcWE-78">
          <mxGeometry relative="1" as="geometry" />
        </mxCell>
        <mxCell id="fTyH0j3n_jQUCsVNDcWE-90" edge="1" parent="1" source="fTyH0j3n_jQUCsVNDcWE-7" style="endArrow=classic;html=1;exitX=1;exitY=0.5;entryX=0;entryY=0.5;rounded=0;edgeStyle=orthogonalEdgeStyle;endFill=1;" target="fTyH0j3n_jQUCsVNDcWE-79">
          <mxGeometry relative="1" as="geometry" />
        </mxCell>
        <mxCell id="fTyH0j3n_jQUCsVNDcWE-91" edge="1" parent="1" source="fTyH0j3n_jQUCsVNDcWE-7" style="endArrow=classic;html=1;exitX=1;exitY=0.5;entryX=0;entryY=0.5;rounded=0;edgeStyle=orthogonalEdgeStyle;endFill=1;" target="fTyH0j3n_jQUCsVNDcWE-80">
          <mxGeometry relative="1" as="geometry" />
        </mxCell>
        <mxCell id="N9CpWy_333Ilmsceh_oc-2" edge="1" parent="1" source="N9CpWy_333Ilmsceh_oc-1" style="edgeStyle=orthogonalEdgeStyle;rounded=0;orthogonalLoop=1;jettySize=auto;html=1;exitX=1;exitY=0.5;exitDx=0;exitDy=0;entryX=0;entryY=0.5;entryDx=0;entryDy=0;" target="fTyH0j3n_jQUCsVNDcWE-5">
          <mxGeometry relative="1" as="geometry" />
        </mxCell>
        <mxCell id="N9CpWy_333Ilmsceh_oc-1" parent="1" style="rounded=0;whiteSpace=wrap;html=1;fillColor=#ffffff;strokeColor=#000000;fontFamily=Times New Roman;fontSize=11;" value="n8n v2.18.6" vertex="1">
          <mxGeometry height="32" width="120" x="380" y="670" as="geometry" />
        </mxCell>
      </root>
    </mxGraphModel>
  </diagram>
</mxfile>
